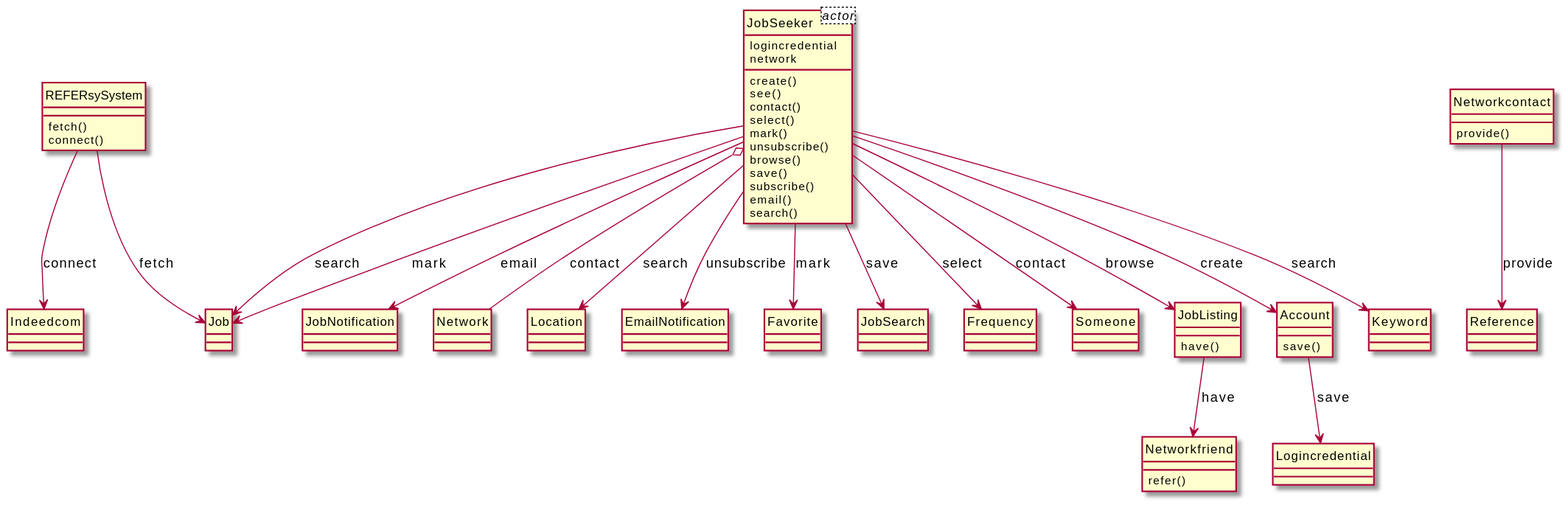
Before: output/diagram_5/2014-USC-Project10.svg, a diagram exported from PlantUML (xixixhalu/DomainModelExtractor).
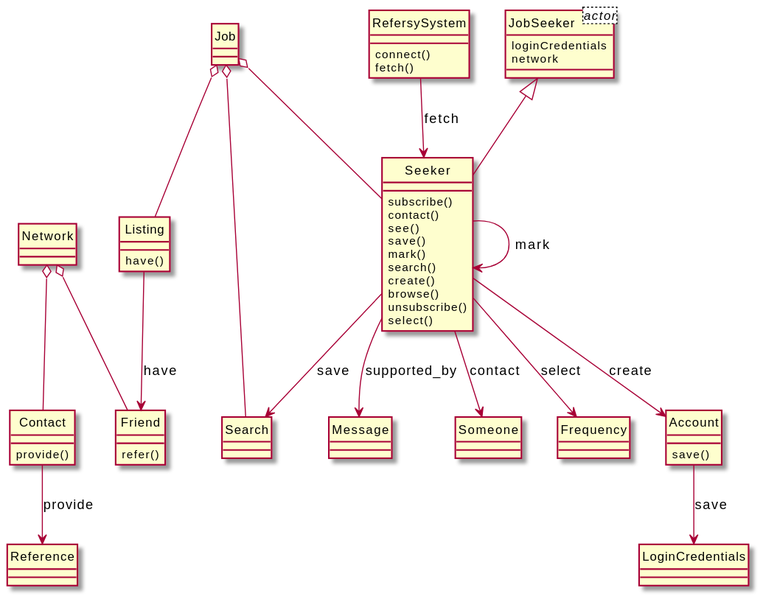
The same diagram one commit later.

Change to the diagram source:
```diff
@@ -1,80 +1,69 @@
 @startuml
 hide circle
 class JobSeeker<actor> {
-	logincredential
+	loginCredentials
 	network
 }
-class Networkcontact {
+class Network {
+}
+class Contact {
 	provide()
 }
-class Reference {
+class Friend {
+	refer()
 }
-class JobListing {
+class Job {
+}
+class Search {
+}
+class Listing {
 	have()
 }
-class Networkfriend {
-	refer()
+class Seeker {
+	subscribe()
+	contact()
+	see()
+	save()
+	mark()
+	search()
+	create()
+	browse()
+	unsubscribe()
+	select()
+}
+class Someone {
+}
+class RefersySystem {
+	connect()
+	fetch()
+}
+class Frequency {
+}
+class Reference {
 }
 class Account {
 	save()
 }
+class LoginCredentials {
+}
+class Message {
+}
 class JobSeeker {
-	create()
-	see()
-	contact()
-	select()
-	mark()
-	unsubscribe()
-	browse()
-	save()
-	subscribe()
-	email()
-	search()
 }
-class Keyword {
-}
-class Job {
-}
-class JobNotification {
-}
-class Network {
-}
-class REFERsySystem {
-	fetch()
-	connect()
-}
-class Location {
-}
-class EmailNotification {
-}
-class Indeedcom {
-}
-class Favorite {
-}
-class Logincredential {
-}
-class JobSearch {
-}
-class Frequency {
-}
-class Someone {
-}
-JobSeeker --> JobListing : browse
-JobSeeker o-- Network : contact
-REFERsySystem --> Job : fetch
-JobSeeker --> EmailNotification : unsubscribe
-JobSeeker --> Frequency : select
-Account --> Logincredential : save
-JobSeeker --> Job : mark
-Networkcontact --> Reference : provide
-REFERsySystem --> Indeedcom : connect
-JobSeeker --> Account : create
-JobSeeker --> Job : search
-JobSeeker --> JobSearch : save
-JobSeeker --> JobNotification : email
-JobSeeker --> Keyword : search
-JobSeeker --> Someone : contact
-JobSeeker --> Favorite : mark
-JobSeeker --> Location : search
-JobListing --> Networkfriend : have
+RefersySystem --> Seeker : fetch
+Seeker --> Search : save
+Seeker --> Seeker : mark
+Network o-- Friend
+Job o-- Search
+Network o-- Contact
+Seeker --> Someone : contact
+Contact --> Reference : provide
+Seeker --> Account : create
+Job o-- Listing
+Job o-- Seeker
+Listing --> Friend : have
+JobSeeker <|-- Seeker
+Seeker --> Message : supported_by
+Account --> LoginCredentials : save
+Seeker --> Frequency : select
 @enduml
```
